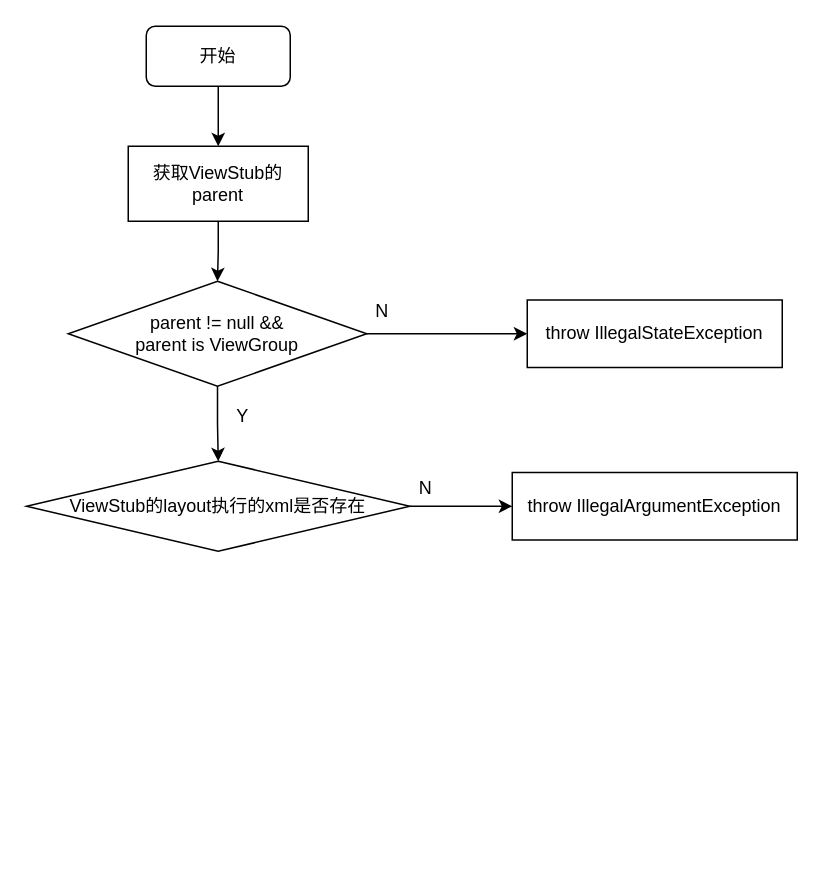
Before: ViewStub.drawio in Eanam/PointlessDiagram, a draw.io diagram. Source tidied: cells renumbered, new cells numbered last; positions are measured from the earlier drawing's top-left corner, leaving out a move shared by most shapes. Both pictures are drawn from the tidied source at 150%, with x=0, y=0 at pixel (26, 26).
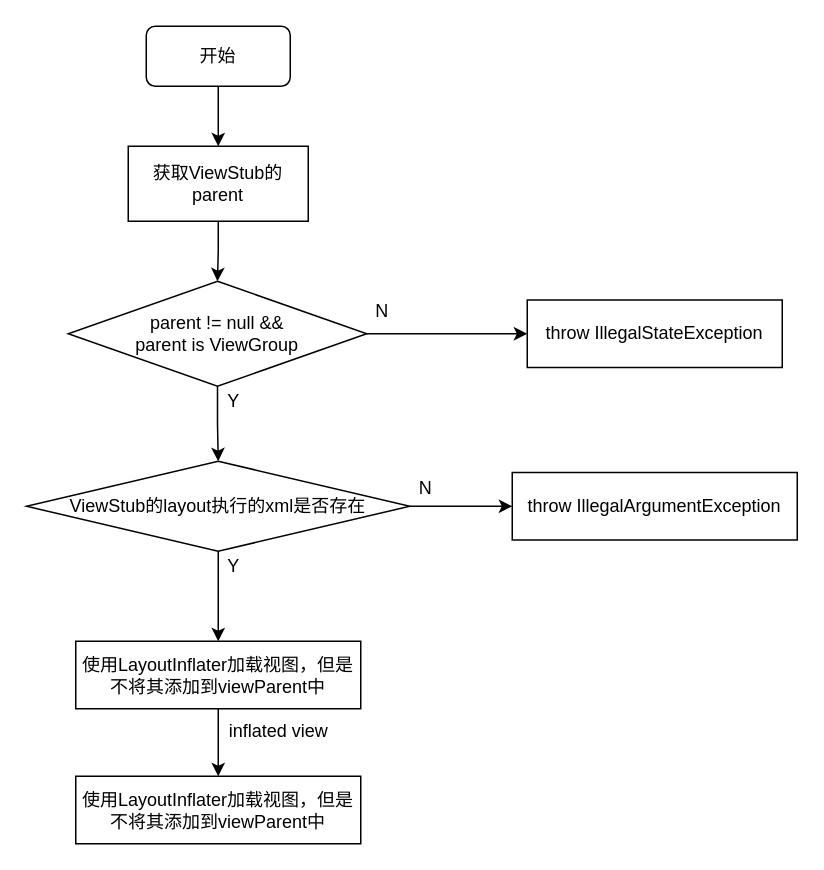
Above is the later version.

Unchanged cells that the change refers to:
```xml
<mxCell id="13" value="ViewStub的layout执行的xml是否存在" style="rhombus;whiteSpace=wrap;html=1;" parent="1" vertex="1">
  <mxGeometry x="0.2" y="290" width="255.5" height="60" as="geometry" />
</mxCell>
```

Change to the diagram source:
```diff
@@
     <mxCell id="11" value="Y" style="text;html=1;align=center;verticalAlign=middle;strokeColor=none;fillColor=none;" parent="1" vertex="1">
-      <mxGeometry x="134" y="250" width="20" height="20" as="geometry" />
+      <mxGeometry x="128" y="240" width="20" height="20" as="geometry" />
     </mxCell>
@@
+    <mxCell id="16" style="edgeStyle=orthogonalEdgeStyle;rounded=0;jettySize=auto;html=1;" parent="1" edge="1" source="13" target="18">
+      <mxGeometry relative="1" as="geometry" />
+    </mxCell>
@@
+    <mxCell id="17" style="edgeStyle=orthogonalEdgeStyle;rounded=0;jettySize=auto;html=1;" parent="1" edge="1" source="18" target="20">
+      <mxGeometry relative="1" as="geometry" />
+    </mxCell>
+    <mxCell id="18" value="使用LayoutInflater加载视图，但是不将其添加到viewParent中" style="rounded=0;whiteSpace=wrap;html=1;" parent="1" vertex="1">
+      <mxGeometry x="33" y="410" width="190" height="45" as="geometry" />
+    </mxCell>
+    <mxCell id="19" value="Y" style="text;html=1;align=center;verticalAlign=middle;strokeColor=none;fillColor=none;" parent="1" vertex="1">
+      <mxGeometry x="128" y="350" width="20" height="20" as="geometry" />
+    </mxCell>
+    <mxCell id="20" value="使用LayoutInflater加载视图，但是不将其添加到viewParent中" style="rounded=0;whiteSpace=wrap;html=1;" parent="1" vertex="1">
+      <mxGeometry x="33" y="500" width="190" height="45" as="geometry" />
+    </mxCell>
+    <mxCell id="21" value="inflated view" style="text;html=1;align=center;verticalAlign=middle;strokeColor=none;fillColor=none;" parent="1" vertex="1">
+      <mxGeometry x="128" y="460" width="80" height="20" as="geometry" />
+    </mxCell>
```
